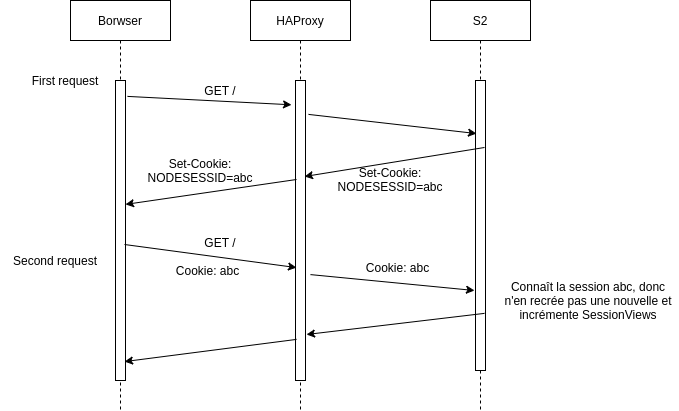
Above: img/diagSeq2.png in tiffanybonzon/Teaching-HEIGVD-AIT-2019-Labo-Load-Balancing (draw.io), before the change. Source tidied: cells renumbered, new cells last; positions are measured from the earlier drawing's top-left corner, leaving out a move shared by most shapes.
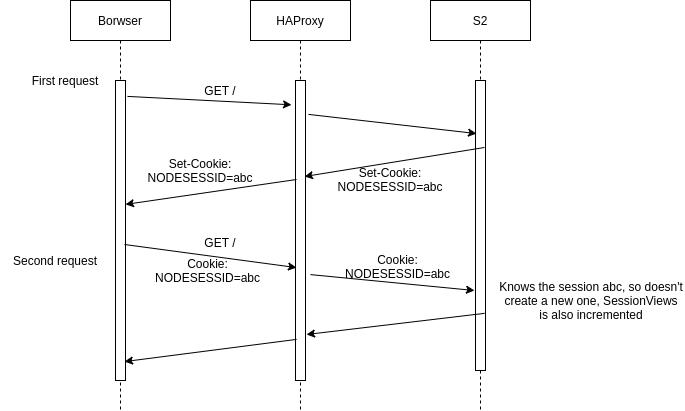
The same file after the commit.

Diff of the diagram source:
```diff
@@ -70,14 +70,14 @@
     <mxCell id="21" value="Set-Cookie: NODESESSID=abc" style="text;html=1;strokeColor=none;fillColor=none;align=center;verticalAlign=middle;whiteSpace=wrap;rounded=0;" parent="1" vertex="1">
       <mxGeometry x="180" y="160" width="40" height="20" as="geometry" />
     </mxCell>
-    <mxCell id="22" value="Cookie: abc" style="text;html=1;strokeColor=none;fillColor=none;align=center;verticalAlign=middle;whiteSpace=wrap;rounded=0;" parent="1" vertex="1">
+    <mxCell id="22" value="Cookie: NODESESSID=abc" style="text;html=1;strokeColor=none;fillColor=none;align=center;verticalAlign=middle;whiteSpace=wrap;rounded=0;" parent="1" vertex="1">
       <mxGeometry x="160" y="260" width="95" height="20" as="geometry" />
     </mxCell>
-    <mxCell id="23" value="Cookie: abc" style="text;html=1;strokeColor=none;fillColor=none;align=center;verticalAlign=middle;whiteSpace=wrap;rounded=0;" parent="1" vertex="1">
-      <mxGeometry x="350" y="257" width="95" height="20" as="geometry" />
+    <mxCell id="23" value="Cookie: NODESESSID=abc" style="text;html=1;strokeColor=none;fillColor=none;align=center;verticalAlign=middle;whiteSpace=wrap;rounded=0;" parent="1" vertex="1">
+      <mxGeometry x="350" y="256" width="95" height="20" as="geometry" />
     </mxCell>
-    <mxCell id="24" value="Connaît la session abc, donc n'en recrée pas une nouvelle et incrémente SessionViews" style="text;html=1;strokeColor=none;fillColor=none;align=center;verticalAlign=middle;whiteSpace=wrap;rounded=0;" parent="1" vertex="1">
-      <mxGeometry x="498" y="290" width="180" height="20" as="geometry" />
+    <mxCell id="24" value="Knows the session abc, so doesn't create a new one, SessionViews is also incremented" style="text;html=1;strokeColor=none;fillColor=none;align=center;verticalAlign=middle;whiteSpace=wrap;rounded=0;" parent="1" vertex="1">
+      <mxGeometry x="498" y="290" width="186" height="20" as="geometry" />
     </mxCell>
   </root>
 </mxGraphModel>
```
